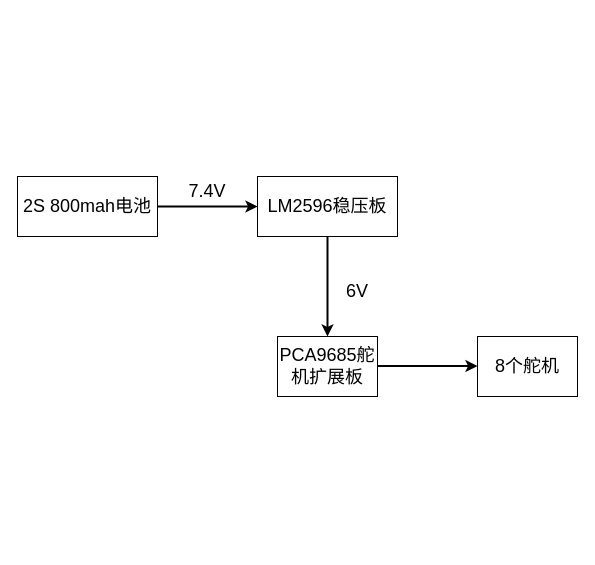
This is 硬件架构图.drawio from KAZAMA-DREAM/picture, a draw.io file, before an edit. Source tidied: cells renumbered, new cells numbered last; positions are measured from the earlier drawing's top-left corner, leaving out a move shared by most shapes. Both pictures are drawn from the tidied source at 100%, with x=0, y=0 at pixel (17, 176).
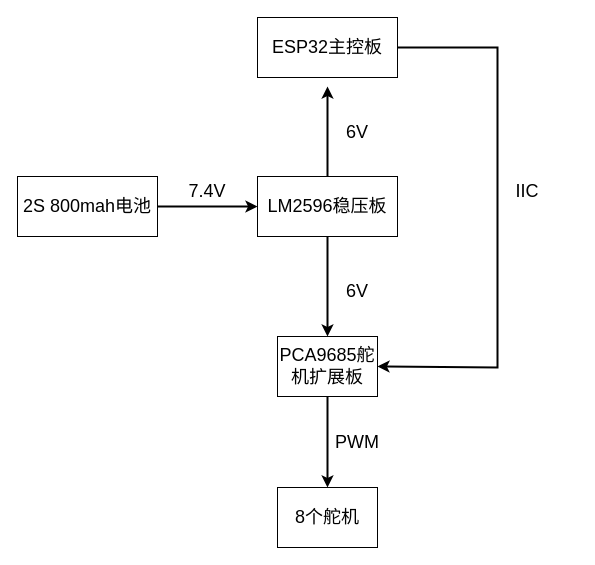
The same diagram, later.

Commit message (it also covers changes not shown here):
更新硬件架构图.drawio

Unchanged cells that the change refers to:
```xml
<mxCell id="5" value="&lt;font style=&quot;font-size: 18px;&quot;&gt;LM2596稳压板&lt;/font&gt;" style="rounded=0;whiteSpace=wrap;html=1;" parent="1" vertex="1">
  <mxGeometry x="240" width="140" height="60" as="geometry" />
</mxCell>
<mxCell id="8" value="&lt;span style=&quot;font-size: 18px;&quot;&gt;PCA9685舵机扩展板&lt;/span&gt;" style="rounded=0;whiteSpace=wrap;html=1;" parent="1" vertex="1">
  <mxGeometry x="260" y="160" width="100" height="60" as="geometry" />
</mxCell>
```

Diff of the diagram source:
```diff
@@
-    <mxCell id="9" style="endArrow=classic;html=1;rounded=0;fontSize=18;exitX=1;exitY=0.5;exitDx=0;exitDy=0;strokeWidth=2;" parent="1" edge="1">
-      <mxGeometry relative="1" as="geometry">
-        <mxPoint x="360" y="189.5" as="sourcePoint" />
-        <mxPoint x="460" y="189.5" as="targetPoint" />
-      </mxGeometry>
+    <mxCell id="9" style="endArrow=classic;html=1;rounded=0;fontSize=18;exitX=0.5;exitY=1;exitDx=0;exitDy=0;strokeWidth=2;entryX=0.5;entryY=0;entryDx=0;entryDy=0;" parent="1" edge="1" source="8" target="10">
+      <mxGeometry relative="1" as="geometry" />
     </mxCell>
     <mxCell id="10" value="&lt;font style=&quot;font-size: 18px;&quot;&gt;8个舵机&lt;/font&gt;" style="rounded=0;whiteSpace=wrap;html=1;" parent="1" vertex="1">
-      <mxGeometry x="460" y="160" width="100" height="60" as="geometry" />
+      <mxGeometry x="260" y="311" width="100" height="60" as="geometry" />
     </mxCell>
+    <mxCell id="11" value="PWM" style="text;html=1;strokeColor=none;fillColor=none;align=center;verticalAlign=middle;whiteSpace=wrap;rounded=0;fontSize=18;" parent="1" vertex="1">
+      <mxGeometry x="310" y="251" width="60" height="30" as="geometry" />
+    </mxCell>
+    <mxCell id="12" style="endArrow=classic;html=1;rounded=0;fontSize=18;strokeWidth=2;exitX=0.5;exitY=0;exitDx=0;exitDy=0;" parent="1" edge="1" source="5">
+      <mxGeometry relative="1" as="geometry">
+        <mxPoint x="310" y="-90" as="targetPoint" />
+      </mxGeometry>
+    </mxCell>
+    <mxCell id="13" value="&lt;font style=&quot;font-size: 18px;&quot;&gt;ESP32主控板&lt;/font&gt;" style="rounded=0;whiteSpace=wrap;html=1;" parent="1" vertex="1">
+      <mxGeometry x="240" y="-159" width="140" height="60" as="geometry" />
+    </mxCell>
+    <mxCell id="14" value="6V" style="text;html=1;strokeColor=none;fillColor=none;align=center;verticalAlign=middle;whiteSpace=wrap;rounded=0;fontSize=18;" parent="1" vertex="1">
+      <mxGeometry x="310" y="-59" width="60" height="30" as="geometry" />
+    </mxCell>
+    <mxCell id="15" style="endArrow=classic;html=1;rounded=0;fontSize=18;strokeWidth=2;exitX=1;exitY=0.5;exitDx=0;exitDy=0;entryX=1;entryY=0.5;entryDx=0;entryDy=0;" parent="1" edge="1" source="13" target="8">
+      <mxGeometry relative="1" as="geometry">
+        <Array as="points">
+          <mxPoint x="480" y="-129" />
+          <mxPoint x="480" y="191" />
+        </Array>
+      </mxGeometry>
+    </mxCell>
+    <mxCell id="16" value="IIC" style="text;html=1;strokeColor=none;fillColor=none;align=center;verticalAlign=middle;whiteSpace=wrap;rounded=0;fontSize=18;" parent="1" vertex="1">
+      <mxGeometry x="480" width="60" height="30" as="geometry" />
+    </mxCell>
```
